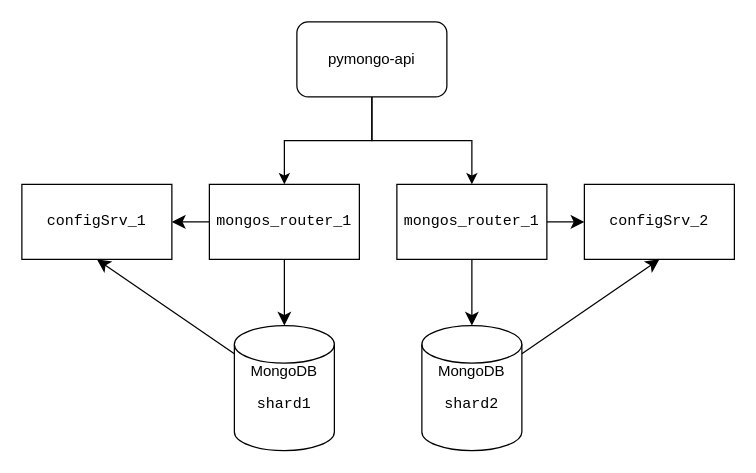
ayakhont/architecture-black_friday keeps this draw.io diagram as docs/task1/first_option.drawio. Above is the earlier version. Source tidied: cells renumbered, new cells numbered last; positions are measured from the earlier drawing's top-left corner, leaving out a move shared by most shapes. Both pictures are drawn from the tidied source at 125%, with x=0, y=0 at pixel (21, 21).
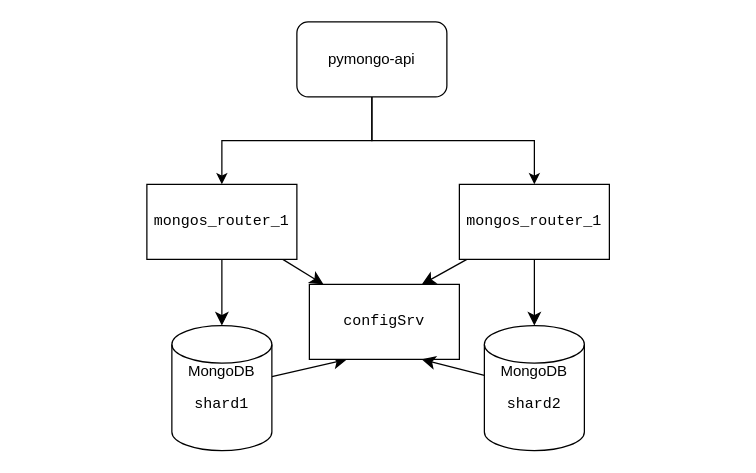
The same diagram, later.

The edit, as a diff of the source:
```diff
@@
 <mxGraphModel>
   <root>
     <mxCell id="0" />
     <mxCell id="1" parent="0" />
-    <mxCell id="2" style="edgeStyle=none;curved=1;rounded=0;jettySize=auto;html=1;entryX=0.5;entryY=1;entryDx=0;entryDy=0;fontSize=12;startSize=8;endSize=8;" parent="1" edge="1" source="3" target="11">
+    <mxCell id="2" style="edgeStyle=none;curved=1;rounded=0;jettySize=auto;html=1;entryX=0.25;entryY=1;entryDx=0;entryDy=0;fontSize=12;startSize=8;endSize=8;" parent="1" edge="1" source="3" target="11">
       <mxGeometry relative="1" as="geometry" />
     </mxCell>
     <mxCell id="3" value="&lt;div&gt;MongoDB&lt;/div&gt;&lt;div&gt;&lt;pre class=&quot;code-block__code-wrapper&quot;&gt;&lt;code class=&quot;code-block__code bash&quot;&gt;shard1&lt;/code&gt;&lt;/pre&gt;&lt;br&gt;&lt;/div&gt;" style="shape=cylinder3;whiteSpace=wrap;html=1;boundedLbl=1;backgroundOutline=1;size=15;" parent="1" vertex="1">
-      <mxGeometry x="170" y="243" width="80" height="100" as="geometry" />
+      <mxGeometry x="120" y="243" width="80" height="100" as="geometry" />
     </mxCell>
     <mxCell id="4" value="pymongo-api" style="rounded=1;whiteSpace=wrap;html=1;" parent="1" vertex="1">
       <mxGeometry x="220" width="120" height="60" as="geometry" />
     </mxCell>
     <mxCell id="5" style="edgeStyle=orthogonalEdgeStyle;rounded=0;jettySize=auto;html=1;exitX=0.5;exitY=1;exitDx=0;exitDy=0;entryX=0.5;entryY=0;entryDx=0;entryDy=0;" parent="1" edge="1" source="4" target="7">
       <mxGeometry relative="1" as="geometry" />
     </mxCell>
     <mxCell id="6" style="edgeStyle=none;curved=1;rounded=0;jettySize=auto;html=1;fontSize=12;startSize=8;endSize=8;" parent="1" edge="1" source="7" target="11">
       <mxGeometry relative="1" as="geometry" />
     </mxCell>
     <mxCell id="7" value="&lt;pre class=&quot;code-block__code-wrapper&quot;&gt;&lt;code class=&quot;code-block__code bash&quot;&gt;mongos_router_1&lt;/code&gt;&lt;/pre&gt;" style="rounded=0;whiteSpace=wrap;html=1;" parent="1" vertex="1">
-      <mxGeometry x="150" y="130" width="120" height="60" as="geometry" />
+      <mxGeometry x="100" y="130" width="120" height="60" as="geometry" />
     </mxCell>
-    <mxCell id="8" style="edgeStyle=none;curved=1;rounded=0;jettySize=auto;html=1;fontSize=12;startSize=8;endSize=8;" parent="1" edge="1" source="9" target="12">
+    <mxCell id="8" style="edgeStyle=none;curved=1;rounded=0;jettySize=auto;html=1;fontSize=12;startSize=8;endSize=8;entryX=0.75;entryY=0;entryDx=0;entryDy=0;" parent="1" edge="1" source="9" target="11">
       <mxGeometry relative="1" as="geometry" />
     </mxCell>
     <mxCell id="9" value="&lt;pre class=&quot;code-block__code-wrapper&quot;&gt;&lt;code class=&quot;code-block__code bash&quot;&gt;mongos_router_1&lt;/code&gt;&lt;/pre&gt;" style="rounded=0;whiteSpace=wrap;html=1;" parent="1" vertex="1">
-      <mxGeometry x="300" y="130" width="120" height="60" as="geometry" />
+      <mxGeometry x="350" y="130" width="120" height="60" as="geometry" />
     </mxCell>
     <mxCell id="10" style="edgeStyle=orthogonalEdgeStyle;rounded=0;jettySize=auto;html=1;exitX=0.5;exitY=1;exitDx=0;exitDy=0;" parent="1" edge="1" source="4" target="9">
       <mxGeometry relative="1" as="geometry" />
     </mxCell>
-    <mxCell id="11" value="&lt;pre class=&quot;code-block__code-wrapper&quot;&gt;&lt;code class=&quot;code-block__code bash&quot;&gt;configSrv_1&lt;/code&gt;&lt;/pre&gt;" style="rounded=0;whiteSpace=wrap;html=1;" parent="1" vertex="1">
-      <mxGeometry y="130" width="120" height="60" as="geometry" />
+    <mxCell id="11" value="&lt;pre class=&quot;code-block__code-wrapper&quot;&gt;&lt;code class=&quot;code-block__code bash&quot;&gt;configSrv&lt;/code&gt;&lt;/pre&gt;" style="rounded=0;whiteSpace=wrap;html=1;" parent="1" vertex="1">
+      <mxGeometry x="230" y="210" width="120" height="60" as="geometry" />
     </mxCell>
-    <mxCell id="12" value="&lt;pre class=&quot;code-block__code-wrapper&quot;&gt;&lt;code class=&quot;code-block__code bash&quot;&gt;configSrv_2&lt;/code&gt;&lt;/pre&gt;" style="rounded=0;whiteSpace=wrap;html=1;" parent="1" vertex="1">
-      <mxGeometry x="450" y="130" width="120" height="60" as="geometry" />
-    </mxCell>
-    <mxCell id="13" style="edgeStyle=none;curved=1;rounded=0;jettySize=auto;html=1;entryX=0.5;entryY=1;entryDx=0;entryDy=0;fontSize=12;startSize=8;endSize=8;" parent="1" edge="1" source="14" target="12">
+    <mxCell id="13" style="edgeStyle=none;curved=1;rounded=0;jettySize=auto;html=1;entryX=0.75;entryY=1;entryDx=0;entryDy=0;fontSize=12;startSize=8;endSize=8;" parent="1" edge="1" source="14" target="11">
       <mxGeometry relative="1" as="geometry" />
     </mxCell>
     <mxCell id="14" value="&lt;div&gt;MongoDB&lt;/div&gt;&lt;div&gt;&lt;pre class=&quot;code-block__code-wrapper&quot;&gt;&lt;code class=&quot;code-block__code bash&quot;&gt;shard2&lt;/code&gt;&lt;/pre&gt;&lt;br&gt;&lt;/div&gt;" style="shape=cylinder3;whiteSpace=wrap;html=1;boundedLbl=1;backgroundOutline=1;size=15;" parent="1" vertex="1">
-      <mxGeometry x="320" y="243" width="80" height="100" as="geometry" />
+      <mxGeometry x="370" y="243" width="80" height="100" as="geometry" />
     </mxCell>
     <mxCell id="15" style="edgeStyle=none;curved=1;rounded=0;jettySize=auto;html=1;entryX=0.5;entryY=0;entryDx=0;entryDy=0;entryPerimeter=0;fontSize=12;startSize=8;endSize=8;" parent="1" edge="1" source="7" target="3">
       <mxGeometry relative="1" as="geometry" />
     </mxCell>
     <mxCell id="16" style="edgeStyle=none;curved=1;rounded=0;jettySize=auto;html=1;entryX=0.5;entryY=0;entryDx=0;entryDy=0;entryPerimeter=0;fontSize=12;startSize=8;endSize=8;" parent="1" edge="1" source="9" target="14">
       <mxGeometry relative="1" as="geometry" />
     </mxCell>
   </root>
 </mxGraphModel>
```
